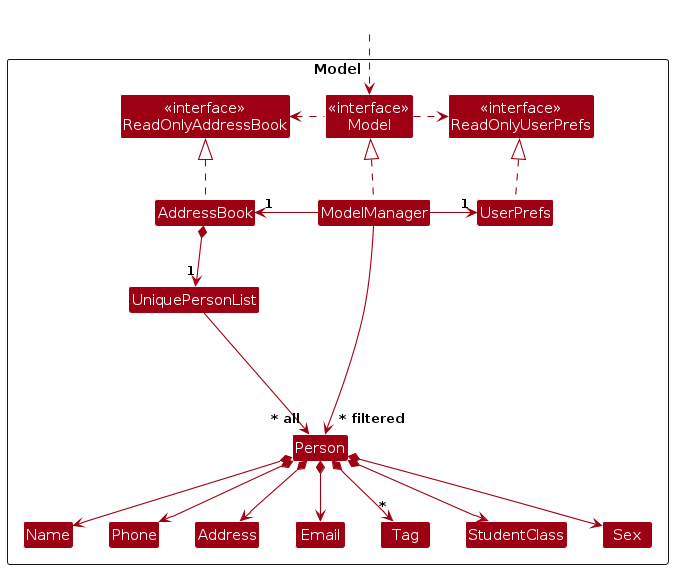
Earlier version of the PlantUML export diagrams/ModelClassDiagram.png (AY2425S1-CS2103-F12-4/tp). Its source is kept beside it as diagrams/ModelClassDiagram.puml.
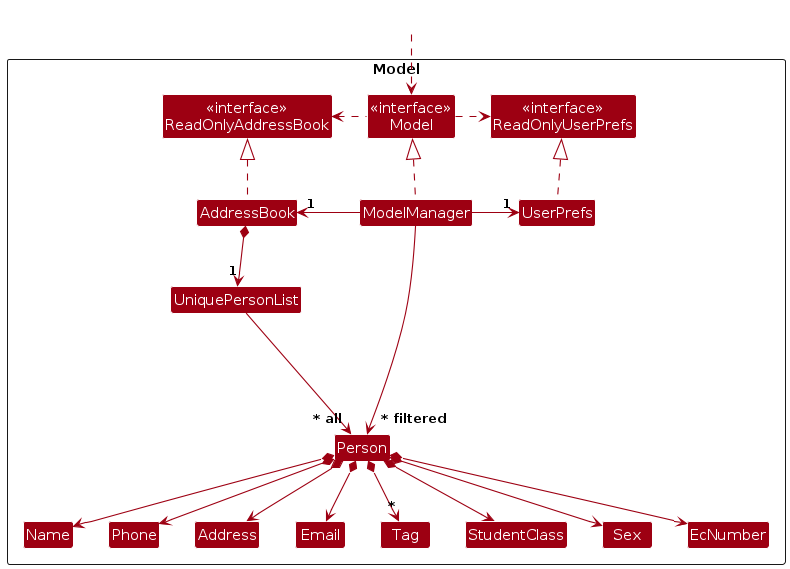
Later version of the same file.

Diff of the diagram source:
```diff
@@ -21,6 +21,7 @@
 Class Tag
 Class StudentClass
 Class Sex
+Class EcNumber
 
 Class I #FFFFFF
 }
@@ -46,6 +47,7 @@
 Person *--> "*" Tag
 Person *--> StudentClass
 Person *--> Sex
+Person *--> EcNumber
 
 Person -[hidden]up--> I
 UniquePersonList -[hidden]right-> I
```
